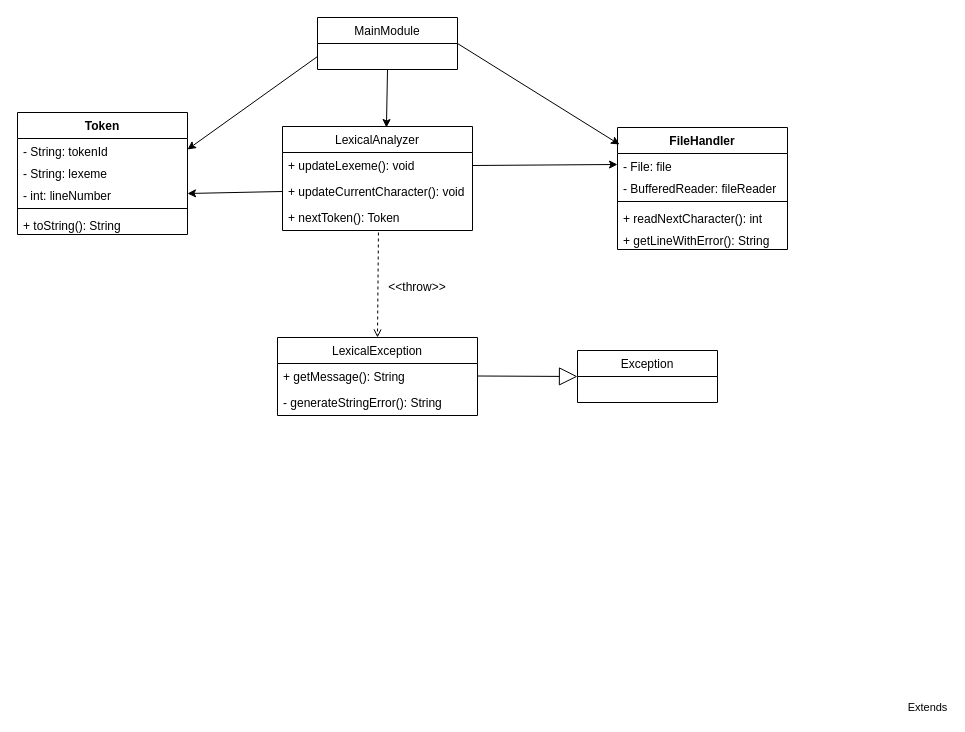
Before: CeI - Diagrama de clases etapa 1 .drawio in andresaguilar8/Compilador, a draw.io diagram. Source tidied: cells renumbered, new cells numbered last; positions are measured from the earlier drawing's top-left corner, leaving out a move shared by most shapes. Both pictures are drawn from the tidied source at 100%, with x=0, y=0 at pixel (17, 17).
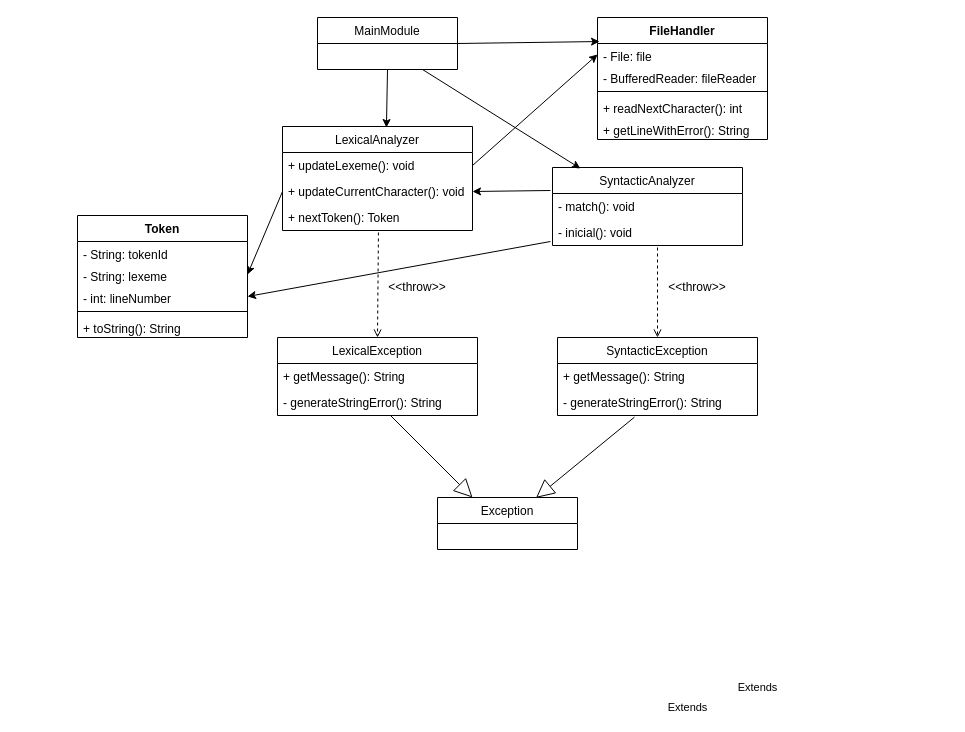
Above is the later version.

Commit message (it also covers changes not shown here):
terminada etapa 2

The change refers to these unchanged cells:
```xml
<mxCell id="12" value="- String: lexeme" style="text;strokeColor=none;fillColor=none;align=left;verticalAlign=top;spacingLeft=4;spacingRight=4;overflow=hidden;points=[[0,0.5],[1,0.5]];portConstraint=eastwest;" parent="10" vertex="1">
  <mxGeometry y="48" width="170" height="22" as="geometry" />
</mxCell>
<mxCell id="13" value="- int: lineNumber" style="text;strokeColor=none;fillColor=none;align=left;verticalAlign=top;spacingLeft=4;spacingRight=4;overflow=hidden;points=[[0,0.5],[1,0.5]];portConstraint=eastwest;" parent="10" vertex="1">
  <mxGeometry y="70" width="170" height="22" as="geometry" />
</mxCell>
<mxCell id="16" value="MainModule" style="swimlane;fontStyle=0;horizontal=1;startSize=26;fillColor=none;" parent="1" vertex="1">
  <mxGeometry x="300" width="140" height="52" as="geometry" />
</mxCell>
<mxCell id="23" value="- generateStringError(): String" style="text;strokeColor=none;fillColor=none;align=left;verticalAlign=top;spacingLeft=4;spacingRight=4;overflow=hidden;points=[[0,0.5],[1,0.5]];portConstraint=eastwest;" parent="21" vertex="1">
  <mxGeometry y="52" width="200" height="26" as="geometry" />
</mxCell>
<mxCell id="26" value="+ updateCurrentCharacter(): void" style="text;strokeColor=none;fillColor=none;align=left;verticalAlign=top;spacingLeft=4;spacingRight=4;overflow=hidden;points=[[0,0.5],[1,0.5]];portConstraint=eastwest;" parent="24" vertex="1">
  <mxGeometry y="52" width="190" height="26" as="geometry" />
</mxCell>
```

Change to the diagram source:
```diff
@@
     <mxCell id="2" value="FileHandler" style="swimlane;fontStyle=1;align=center;verticalAlign=top;horizontal=1;startSize=26;" parent="1" vertex="1">
-      <mxGeometry x="600" y="110" width="170" height="122" as="geometry" />
+      <mxGeometry x="580" width="170" height="122" as="geometry" />
     </mxCell>
@@
     <mxCell id="10" value="Token" style="swimlane;fontStyle=1;align=center;verticalAlign=top;horizontal=1;startSize=26;" parent="1" vertex="1">
-      <mxGeometry y="95" width="170" height="122" as="geometry" />
+      <mxGeometry x="60" y="198" width="170" height="122" as="geometry" />
     </mxCell>
@@
     <mxCell id="17" value="Exception" style="swimlane;fontStyle=0;horizontal=1;startSize=26;fillColor=none;" parent="1" vertex="1">
-      <mxGeometry x="560" y="333" width="140" height="52" as="geometry" />
+      <mxGeometry x="420" y="480" width="140" height="52" as="geometry" />
     </mxCell>
-    <mxCell id="18" value="Extends" style="endArrow=block;endSize=16;endFill=0;html=1;" parent="17" edge="1">
-      <mxGeometry x="1" y="-482" relative="1" as="geometry">
-        <mxPoint x="-100" y="25.5" as="sourcePoint" />
-        <mxPoint y="26" as="targetPoint" />
-        <mxPoint x="352" y="-151" as="offset" />
-      </mxGeometry>
-    </mxCell>
@@
-    <mxCell id="28" style="endArrow=classic;html=1;rounded=0;exitX=0;exitY=0.5;exitDx=0;exitDy=0;entryX=1;entryY=0.5;entryDx=0;entryDy=0;" parent="1" edge="1" source="26" target="13">
+    <mxCell id="28" style="endArrow=classic;html=1;rounded=0;exitX=0;exitY=0.5;exitDx=0;exitDy=0;entryX=1;entryY=0.5;entryDx=0;entryDy=0;" parent="1" edge="1" source="26" target="12">
       <mxGeometry relative="1" as="geometry" />
     </mxCell>
-    <mxCell id="29" style="endArrow=classic;html=1;rounded=0;exitX=1;exitY=0.5;exitDx=0;exitDy=0;" parent="1" edge="1" source="16">
-      <mxGeometry relative="1" as="geometry">
-        <mxPoint x="602" y="127" as="targetPoint" />
-      </mxGeometry>
+    <mxCell id="29" style="endArrow=classic;html=1;rounded=0;exitX=1;exitY=0.5;exitDx=0;exitDy=0;entryX=0.012;entryY=0.197;entryDx=0;entryDy=0;entryPerimeter=0;" parent="1" edge="1" source="16" target="2">
+      <mxGeometry relative="1" as="geometry" />
     </mxCell>
-    <mxCell id="30" style="endArrow=classic;html=1;rounded=0;exitX=0;exitY=0.75;exitDx=0;exitDy=0;" parent="1" edge="1" source="16">
-      <mxGeometry relative="1" as="geometry">
-        <mxPoint x="170" y="132" as="targetPoint" />
-      </mxGeometry>
-    </mxCell>
+    <mxCell id="31" value="SyntacticAnalyzer" style="swimlane;fontStyle=0;horizontal=1;startSize=26;fillColor=none;" parent="1" vertex="1">
+      <mxGeometry x="535" y="150" width="190" height="78" as="geometry" />
+    </mxCell>
+    <mxCell id="32" value="- match(): void" style="text;strokeColor=none;fillColor=none;align=left;verticalAlign=top;spacingLeft=4;spacingRight=4;overflow=hidden;points=[[0,0.5],[1,0.5]];portConstraint=eastwest;" parent="31" vertex="1">
+      <mxGeometry y="26" width="190" height="26" as="geometry" />
+    </mxCell>
+    <mxCell id="33" value="- inicial(): void" style="text;strokeColor=none;fillColor=none;align=left;verticalAlign=top;spacingLeft=4;spacingRight=4;overflow=hidden;points=[[0,0.5],[1,0.5]];portConstraint=eastwest;" parent="31" vertex="1">
+      <mxGeometry y="52" width="190" height="26" as="geometry" />
+    </mxCell>
+    <mxCell id="34" style="endArrow=classic;html=1;rounded=0;exitX=-0.011;exitY=-0.115;exitDx=0;exitDy=0;entryX=1;entryY=0.5;entryDx=0;entryDy=0;exitPerimeter=0;" parent="1" edge="1" source="32" target="26">
+      <mxGeometry relative="1" as="geometry" />
+    </mxCell>
+    <mxCell id="35" style="endArrow=open;dashed=1;html=1;entryX=0.5;entryY=0;entryDx=0;entryDy=0;" parent="1" edge="1" target="36">
+      <mxGeometry relative="1" as="geometry">
+        <mxPoint x="640" y="230" as="sourcePoint" />
+      </mxGeometry>
+    </mxCell>
+    <mxCell id="36" value="SyntacticException" style="swimlane;fontStyle=0;horizontal=1;startSize=26;fillColor=none;" parent="1" vertex="1">
+      <mxGeometry x="540" y="320" width="200" height="78" as="geometry" />
+    </mxCell>
+    <mxCell id="37" value="+ getMessage(): String" style="text;strokeColor=none;fillColor=none;align=left;verticalAlign=top;spacingLeft=4;spacingRight=4;overflow=hidden;" parent="36" vertex="1">
+      <mxGeometry y="26" width="200" height="26" as="geometry" />
+    </mxCell>
+    <mxCell id="38" value="- generateStringError(): String" style="text;strokeColor=none;fillColor=none;align=left;verticalAlign=top;spacingLeft=4;spacingRight=4;overflow=hidden;points=[[0,0.5],[1,0.5]];portConstraint=eastwest;" parent="36" vertex="1">
+      <mxGeometry y="52" width="200" height="26" as="geometry" />
+    </mxCell>
+    <mxCell id="39" value="&amp;lt;&amp;lt;throw&amp;gt;&amp;gt;" style="text;html=1;strokeColor=none;fillColor=none;align=center;verticalAlign=middle;whiteSpace=wrap;rounded=0;" parent="1" vertex="1">
+      <mxGeometry x="660" y="260" width="40" height="20" as="geometry" />
+    </mxCell>
+    <mxCell id="40" value="Extends" style="endArrow=block;endSize=16;endFill=0;html=1;exitX=0.385;exitY=1.062;exitDx=0;exitDy=0;exitPerimeter=0;entryX=0.704;entryY=0.007;entryDx=0;entryDy=0;entryPerimeter=0;" parent="1" edge="1" source="38" target="17">
+      <mxGeometry x="1" y="259" relative="1" as="geometry">
+        <mxPoint x="-13" y="10" as="offset" />
+      </mxGeometry>
+    </mxCell>
+    <mxCell id="18" value="Extends" style="endArrow=block;endSize=16;endFill=0;html=1;entryX=0.25;entryY=0;entryDx=0;entryDy=0;" parent="1" edge="1" source="23" target="17">
+      <mxGeometry x="1" y="343" relative="1" as="geometry">
+        <mxPoint x="42" y="433" as="offset" />
+      </mxGeometry>
+    </mxCell>
+    <mxCell id="41" style="endArrow=classic;html=1;rounded=0;exitX=0.75;exitY=1;exitDx=0;exitDy=0;entryX=0.147;entryY=0.013;entryDx=0;entryDy=0;entryPerimeter=0;" parent="1" edge="1" source="16" target="31">
+      <mxGeometry relative="1" as="geometry" />
+    </mxCell>
+    <mxCell id="42" style="endArrow=classic;html=1;rounded=0;exitX=-0.011;exitY=0.846;exitDx=0;exitDy=0;exitPerimeter=0;entryX=1;entryY=0.5;entryDx=0;entryDy=0;" parent="1" edge="1" source="33" target="13">
+      <mxGeometry relative="1" as="geometry" />
+    </mxCell>
```
